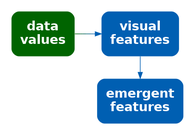
pmur002/hdvw keeps this Graphviz diagram as Diagrams/data-vis-vis.png. Above is the earlier version. Its source is kept beside it as Diagrams/data-vis-vis.dot.
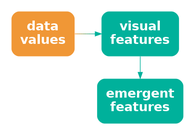
The same file after the commit.

Diff of the diagram source:
```diff
@@ -1,12 +1,12 @@
 digraph {
   graph [ rankdir=LR; margin=.2; nodesep=.5 ];
   node [ fontsize=20; fontname="sans bold"; margin=.2 ];
-  data [ label="data\nvalues"; shape=box; style="filled, rounded"; penwidth=0; fontcolor=white; fillcolor="#006400" ]
+  data [ label="data\nvalues"; shape=box; style="filled, rounded"; penwidth=0; fontcolor=white; fillcolor="#F09736" ]
   vis [ label="visual\nfeatures"; shape=box;
-     style="filled, rounded"; penwidth=0; fontcolor=white; fillcolor="#005FB2" ]
+     style="filled, rounded"; penwidth=0; fontcolor=white; fillcolor="#00B19B" ]
   add [ label="emergent\nfeatures"; shape=box;
-     style="filled, rounded"; penwidth=0; fontcolor=white; fillcolor="#005FB2" ]
-  data -> vis [ color="#006400;0.1:#006314;0.1:#006328;0.1:#00623B;0.1:#00624F;0.1:#006163;0.1:#006177;0.1:#00608A;0.1:#00609E;0.1:#005FB2;0.1" ]
-  vis -> add [ color="#005FB2" ]
+     style="filled, rounded"; penwidth=0; fontcolor=white; fillcolor="#00B19B" ]
+  data -> vis [ color="#F09736;0.1:#D59A41;0.1:#BB9D4C;0.1:#A0A058;0.1:#85A363;0.1:#6BA56E;0.1:#50A879;0.1:#35AB85;0.1:#1BAE90;0.1:#00B19B;0.1" ]
+  vis -> add [ color="#00B19B" ]
 { rank=same; vis, add }
 }
```
